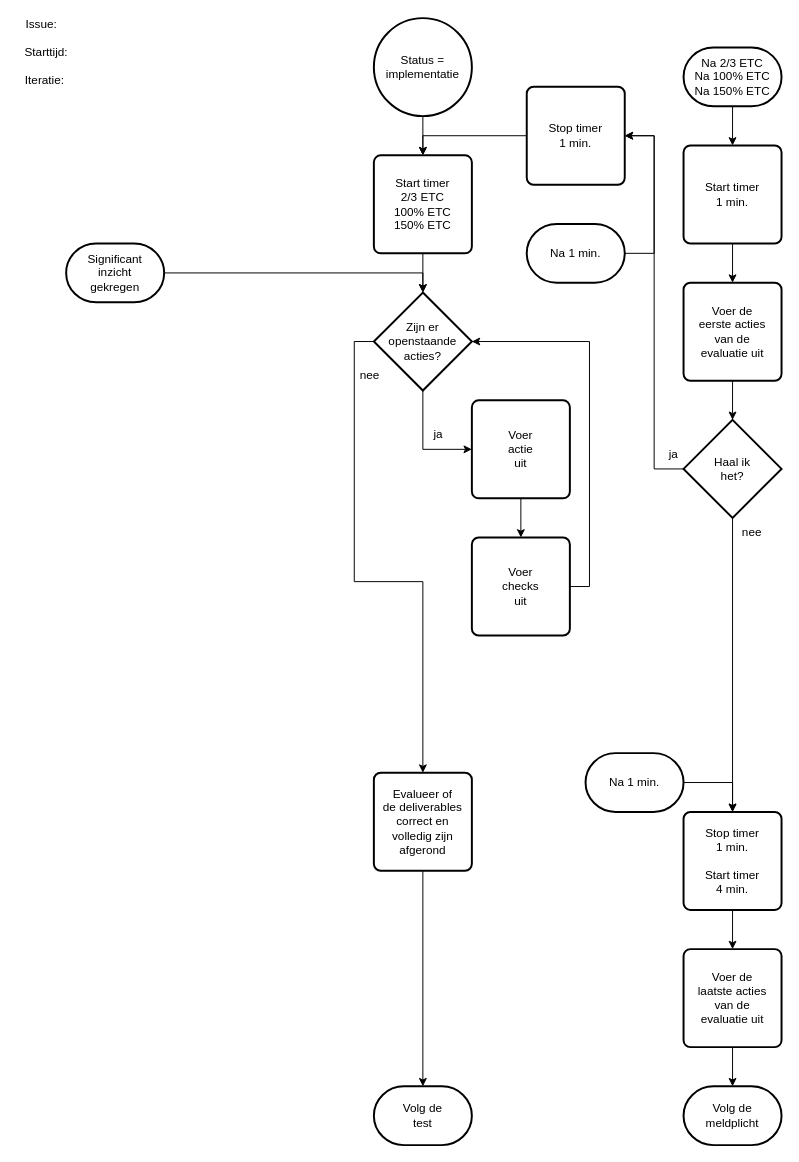
Zaibatsu89/IssueTracker keeps this draw.io diagram as 7 Issue Tracker implementatie.drawio. Above is the earlier version. Source tidied: cells renumbered, new cells numbered last; positions are measured from the earlier drawing's top-left corner, leaving out a move shared by most shapes. Both pictures are drawn from the tidied source at 98%, with x=0, y=0 at pixel (17, 18).
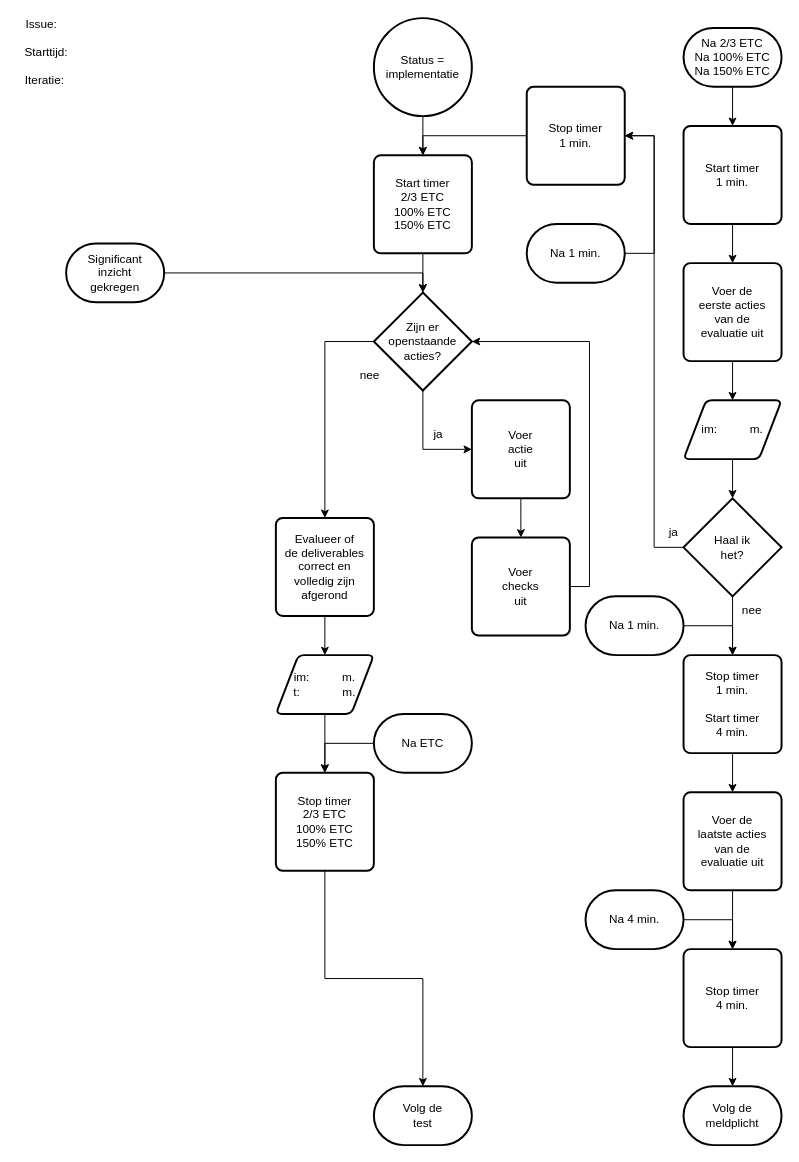
The same diagram, later.

Commit message (it also covers changes not shown here):
herstel stop timer bij 4 minuten evaluatie en 2/3, 100%, 150% ETC in intake, analyse, ontwerp, implementatie en test

Unchanged cells that the change refers to:
```xml
<mxCell id="7" value="Volg de&lt;br&gt;test" style="strokeWidth=2;html=1;shape=mxgraph.flowchart.terminator;whiteSpace=wrap;" parent="1" vertex="1">
  <mxGeometry x="364" y="1090" width="100" height="60" as="geometry" />
</mxCell>
<mxCell id="30" value="Volg de&lt;br&gt;meldplicht" style="strokeWidth=2;html=1;shape=mxgraph.flowchart.terminator;whiteSpace=wrap;" parent="1" vertex="1">
  <mxGeometry x="680" y="1090" width="100" height="60" as="geometry" />
</mxCell>
```

Diff of the diagram source:
```diff
@@
-    <mxCell id="5" style="edgeStyle=orthogonalEdgeStyle;rounded=0;jettySize=auto;html=1;" parent="1" edge="1" source="6" target="7">
-      <mxGeometry relative="1" as="geometry" />
-    </mxCell>
+    <mxCell id="43" style="edgeStyle=orthogonalEdgeStyle;rounded=0;jettySize=auto;html=1;" parent="1" edge="1" source="6" target="50">
+      <mxGeometry relative="1" as="geometry" />
+    </mxCell>
     <mxCell id="6" value="Evalueer of&lt;br&gt;de deliverables&lt;br&gt;correct en&lt;br&gt;volledig zijn&lt;br&gt;afgerond" style="rounded=1;whiteSpace=wrap;html=1;absoluteArcSize=1;arcSize=14;strokeWidth=2;" parent="1" vertex="1">
-      <mxGeometry x="364" y="770" width="100" height="100" as="geometry" />
+      <mxGeometry x="264" y="510" width="100" height="100" as="geometry" />
     </mxCell>
@@
     <mxCell id="10" value="Na 2/3 ETC&lt;br&gt;Na 100% ETC&lt;br&gt;Na 150% ETC" style="strokeWidth=2;html=1;shape=mxgraph.flowchart.terminator;whiteSpace=wrap;" parent="1" vertex="1">
-      <mxGeometry x="680" y="30" width="100" height="60" as="geometry" />
+      <mxGeometry x="680" y="10" width="100" height="60" as="geometry" />
     </mxCell>
@@
     <mxCell id="12" value="Start timer&lt;br&gt;1 min." style="rounded=1;whiteSpace=wrap;html=1;absoluteArcSize=1;arcSize=14;strokeWidth=2;" parent="1" vertex="1">
-      <mxGeometry x="680" y="130" width="100" height="100" as="geometry" />
+      <mxGeometry x="680" y="110" width="100" height="100" as="geometry" />
     </mxCell>
-    <mxCell id="13" style="edgeStyle=orthogonalEdgeStyle;rounded=0;jettySize=auto;html=1;" parent="1" edge="1" source="14" target="17">
-      <mxGeometry relative="1" as="geometry" />
-    </mxCell>
+    <mxCell id="44" style="edgeStyle=orthogonalEdgeStyle;rounded=0;jettySize=auto;html=1;" parent="1" edge="1" source="14" target="56">
+      <mxGeometry relative="1" as="geometry" />
+    </mxCell>
     <mxCell id="14" value="Voer de&lt;br&gt;eerste acties&lt;br&gt;van de&lt;br&gt;evaluatie uit" style="rounded=1;whiteSpace=wrap;html=1;absoluteArcSize=1;arcSize=14;strokeWidth=2;" parent="1" vertex="1">
-      <mxGeometry x="680" y="270" width="100" height="100" as="geometry" />
+      <mxGeometry x="680" y="250" width="100" height="100" as="geometry" />
     </mxCell>
@@
     <mxCell id="17" value="Haal ik&lt;br&gt;het?" style="strokeWidth=2;html=1;shape=mxgraph.flowchart.decision;whiteSpace=wrap;" parent="1" vertex="1">
-      <mxGeometry x="680" y="410" width="100" height="100" as="geometry" />
+      <mxGeometry x="680" y="490" width="100" height="100" as="geometry" />
     </mxCell>
@@
     <mxCell id="22" value="ja" style="text;html=1;whiteSpace=wrap;strokeColor=none;fillColor=none;align=center;verticalAlign=middle;rounded=0;" parent="1" vertex="1">
-      <mxGeometry x="640" y="430" width="60" height="30" as="geometry" />
+      <mxGeometry x="640" y="510" width="60" height="30" as="geometry" />
     </mxCell>
     <mxCell id="23" value="nee" style="text;html=1;whiteSpace=wrap;strokeColor=none;fillColor=none;align=center;verticalAlign=middle;rounded=0;" parent="1" vertex="1">
-      <mxGeometry x="720" y="510" width="60" height="30" as="geometry" />
+      <mxGeometry x="720" y="590" width="60" height="30" as="geometry" />
     </mxCell>
@@
     <mxCell id="25" value="Stop timer&lt;br&gt;1 min.&lt;br&gt;&lt;br&gt;Start timer&lt;br&gt;4 min." style="rounded=1;whiteSpace=wrap;html=1;absoluteArcSize=1;arcSize=14;strokeWidth=2;" parent="1" vertex="1">
-      <mxGeometry x="680" y="810" width="100" height="100" as="geometry" />
+      <mxGeometry x="680" y="650" width="100" height="100" as="geometry" />
     </mxCell>
@@
     <mxCell id="27" value="Na 1 min." style="strokeWidth=2;html=1;shape=mxgraph.flowchart.terminator;whiteSpace=wrap;" parent="1" vertex="1">
-      <mxGeometry x="580" y="750" width="100" height="60" as="geometry" />
+      <mxGeometry x="580" y="590" width="100" height="60" as="geometry" />
     </mxCell>
-    <mxCell id="28" style="edgeStyle=orthogonalEdgeStyle;rounded=0;jettySize=auto;html=1;" parent="1" edge="1" source="29" target="30">
-      <mxGeometry relative="1" as="geometry" />
-    </mxCell>
+    <mxCell id="45" style="edgeStyle=orthogonalEdgeStyle;rounded=0;jettySize=auto;html=1;" parent="1" edge="1" source="29" target="53">
+      <mxGeometry relative="1" as="geometry" />
+    </mxCell>
     <mxCell id="29" value="Voer de&lt;br&gt;laatste acties&lt;br&gt;van de&lt;br&gt;evaluatie uit" style="rounded=1;whiteSpace=wrap;html=1;absoluteArcSize=1;arcSize=14;strokeWidth=2;" parent="1" vertex="1">
-      <mxGeometry x="680" y="950" width="100" height="100" as="geometry" />
+      <mxGeometry x="680" y="790" width="100" height="100" as="geometry" />
     </mxCell>
@@
+    <mxCell id="46" value="Stop timer&lt;br&gt;&lt;span style=&quot;background-color: transparent; color: light-dark(rgb(0, 0, 0), rgb(255, 255, 255));&quot;&gt;2/3 ETC&lt;/span&gt;&lt;div&gt;100% ETC&lt;br&gt;150% ETC&lt;/div&gt;" style="rounded=1;whiteSpace=wrap;html=1;absoluteArcSize=1;arcSize=14;strokeWidth=2;" parent="1" vertex="1">
+      <mxGeometry x="264" y="770" width="100" height="100" as="geometry" />
+    </mxCell>
+    <mxCell id="47" style="edgeStyle=orthogonalEdgeStyle;rounded=0;jettySize=auto;html=1;exitX=0;exitY=0.5;exitDx=0;exitDy=0;exitPerimeter=0;entryX=0.5;entryY=0;entryDx=0;entryDy=0;" parent="1" edge="1" source="48" target="46">
+      <mxGeometry relative="1" as="geometry" />
+    </mxCell>
+    <mxCell id="48" value="Na ETC" style="strokeWidth=2;html=1;shape=mxgraph.flowchart.terminator;whiteSpace=wrap;" parent="1" vertex="1">
+      <mxGeometry x="364" y="710" width="100" height="60" as="geometry" />
+    </mxCell>
+    <mxCell id="49" style="edgeStyle=orthogonalEdgeStyle;rounded=0;jettySize=auto;html=1;" parent="1" edge="1" source="50" target="46">
+      <mxGeometry relative="1" as="geometry" />
+    </mxCell>
+    <mxCell id="50" value="im:&amp;nbsp; &amp;nbsp; &amp;nbsp; &amp;nbsp; &amp;nbsp; m.&lt;br&gt;t:&amp;nbsp; &amp;nbsp; &amp;nbsp; &amp;nbsp; &amp;nbsp; &amp;nbsp; &amp;nbsp;m." style="shape=parallelogram;html=1;strokeWidth=2;perimeter=parallelogramPerimeter;whiteSpace=wrap;rounded=1;arcSize=12;size=0.23;" parent="1" vertex="1">
+      <mxGeometry x="264" y="650" width="100" height="60" as="geometry" />
+    </mxCell>
+    <mxCell id="51" style="edgeStyle=orthogonalEdgeStyle;rounded=0;jettySize=auto;html=1;exitX=0.5;exitY=1;exitDx=0;exitDy=0;entryX=0.5;entryY=0;entryDx=0;entryDy=0;entryPerimeter=0;" parent="1" edge="1" source="46" target="7">
+      <mxGeometry relative="1" as="geometry" />
+    </mxCell>
+    <mxCell id="52" style="edgeStyle=orthogonalEdgeStyle;rounded=0;jettySize=auto;html=1;" parent="1" edge="1" source="53" target="30">
+      <mxGeometry relative="1" as="geometry" />
+    </mxCell>
+    <mxCell id="53" value="Stop timer&lt;br&gt;4 min." style="rounded=1;whiteSpace=wrap;html=1;absoluteArcSize=1;arcSize=14;strokeWidth=2;" parent="1" vertex="1">
+      <mxGeometry x="680" y="950" width="100" height="100" as="geometry" />
+    </mxCell>
+    <mxCell id="54" style="edgeStyle=orthogonalEdgeStyle;rounded=0;jettySize=auto;html=1;exitX=1;exitY=0.5;exitDx=0;exitDy=0;exitPerimeter=0;entryX=0.5;entryY=0;entryDx=0;entryDy=0;" parent="1" edge="1" source="55" target="53">
+      <mxGeometry relative="1" as="geometry" />
+    </mxCell>
+    <mxCell id="55" value="Na 4 min." style="strokeWidth=2;html=1;shape=mxgraph.flowchart.terminator;whiteSpace=wrap;" parent="1" vertex="1">
+      <mxGeometry x="580" y="890" width="100" height="60" as="geometry" />
+    </mxCell>
+    <mxCell id="56" value="im:&amp;nbsp; &amp;nbsp; &amp;nbsp; &amp;nbsp; &amp;nbsp; m." style="shape=parallelogram;html=1;strokeWidth=2;perimeter=parallelogramPerimeter;whiteSpace=wrap;rounded=1;arcSize=12;size=0.23;" parent="1" vertex="1">
+      <mxGeometry x="680" y="390" width="100" height="60" as="geometry" />
+    </mxCell>
+    <mxCell id="57" style="edgeStyle=orthogonalEdgeStyle;rounded=0;jettySize=auto;html=1;exitX=0.5;exitY=1;exitDx=0;exitDy=0;entryX=0.5;entryY=0;entryDx=0;entryDy=0;entryPerimeter=0;" parent="1" edge="1" source="56" target="17">
+      <mxGeometry relative="1" as="geometry" />
+    </mxCell>
```
